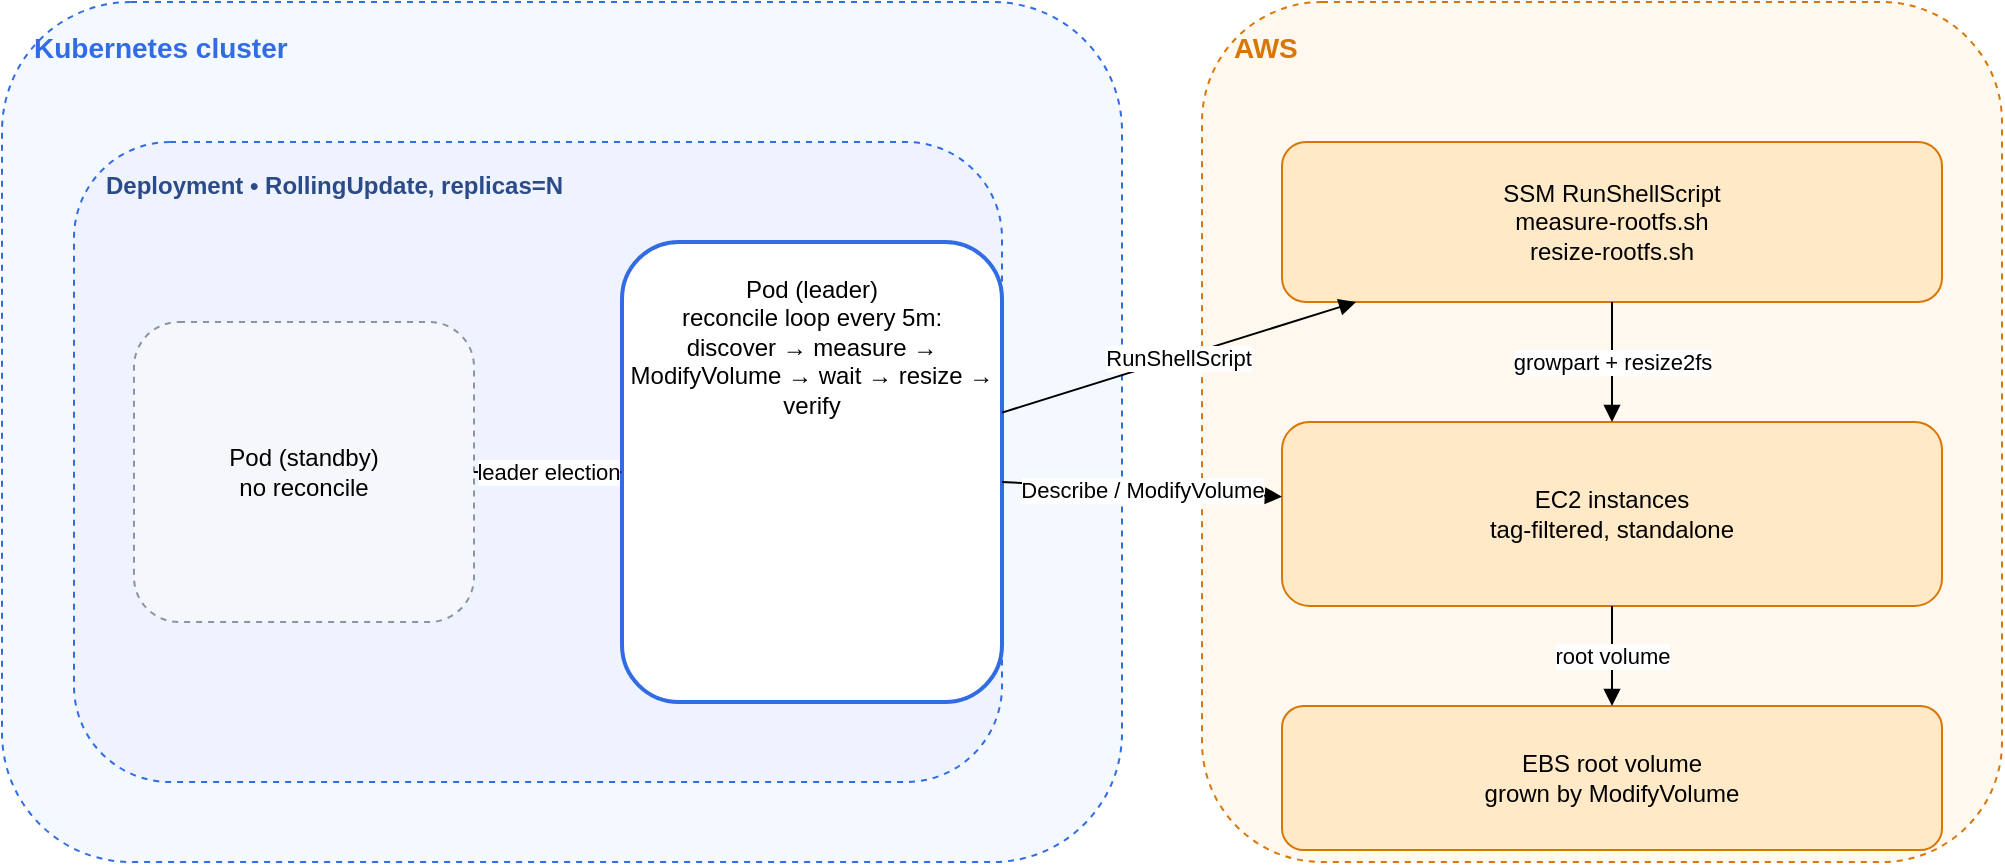
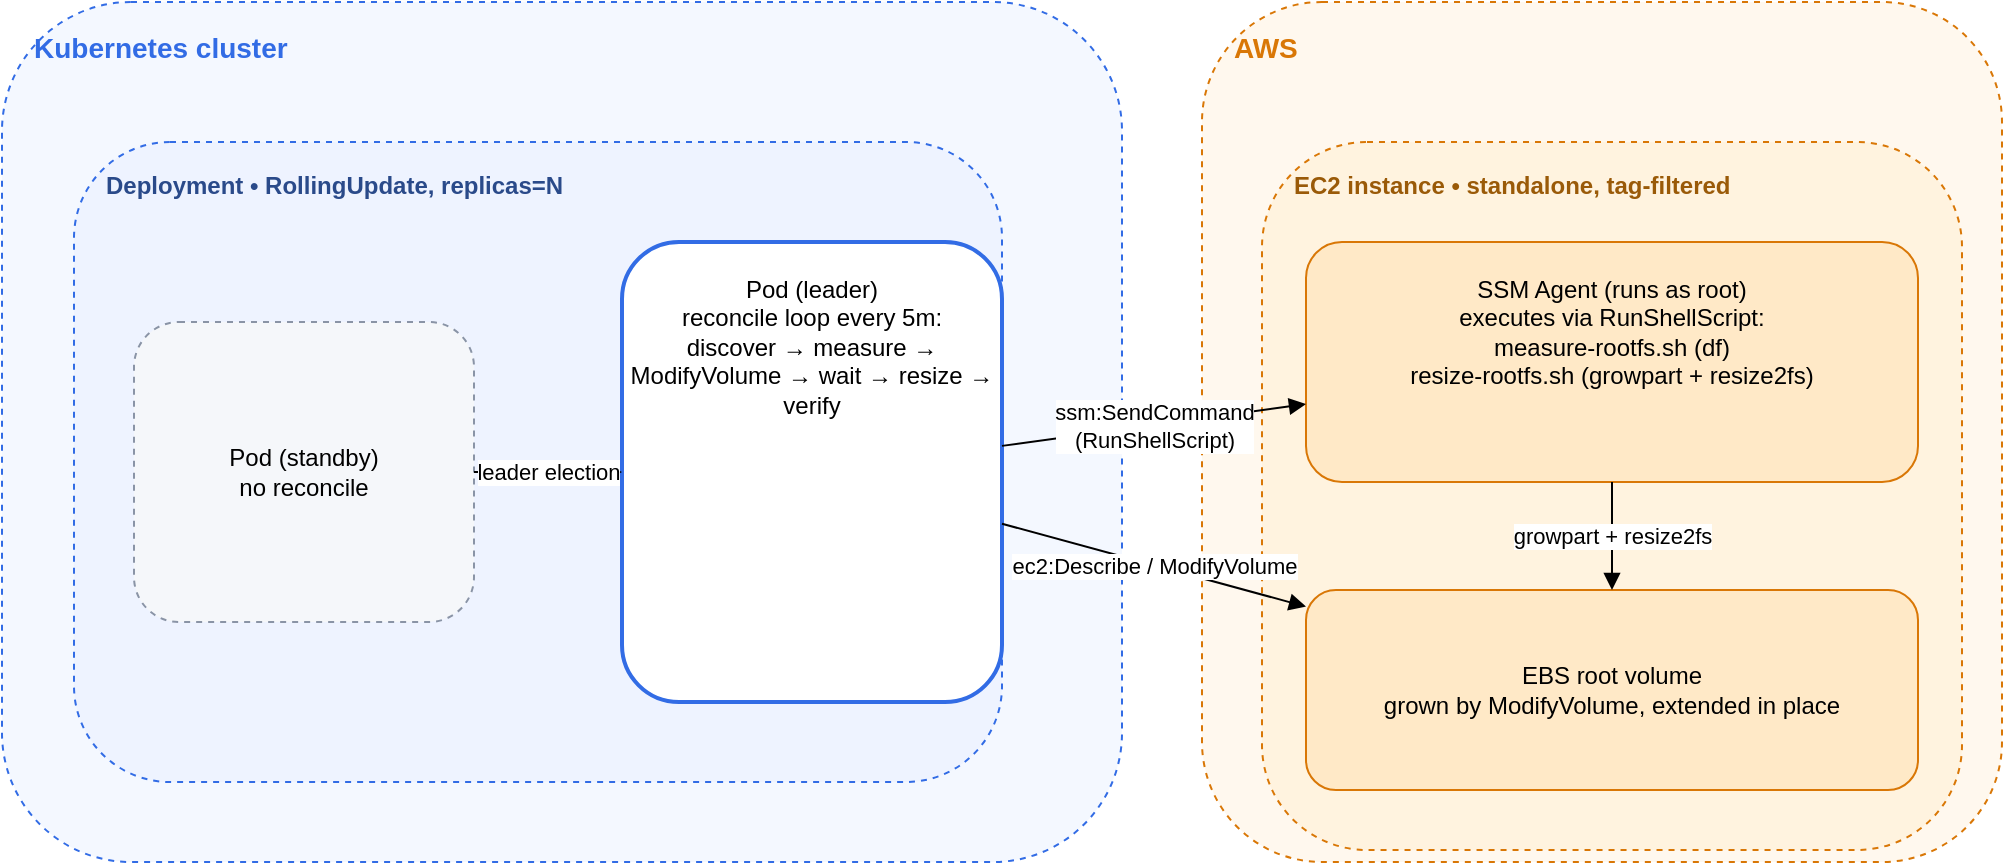
<mxfile host="app.diagrams.net" type="device">
  <diagram name="k8s-mechanism" id="ebs-autoresizer-k8s">
    <mxGraphModel dx="1040" dy="500" grid="1" gridSize="10" guides="1" tooltips="1" connect="1" arrows="1" fold="1" page="1" pageWidth="1040" pageHeight="500" math="0" shadow="0">
      <root>
        <mxCell id="0"/>
        <mxCell id="1" parent="0"/>

        <mxCell id="k8s" value="Kubernetes cluster" style="rounded=1;dashed=1;fillColor=#f4f8ff;strokeColor=#326ce5;verticalAlign=top;align=left;spacingLeft=14;spacingTop=8;fontStyle=1;fontSize=14;fontColor=#326ce5;" vertex="1" parent="1">
          <mxGeometry x="20" y="40" width="560" height="430" as="geometry"/>
        </mxCell>
        <mxCell id="aws" value="AWS" style="rounded=1;dashed=1;fillColor=#fff8ee;strokeColor=#d97706;verticalAlign=top;align=left;spacingLeft=14;spacingTop=8;fontStyle=1;fontSize=14;fontColor=#d97706;" vertex="1" parent="1">
          <mxGeometry x="620" y="40" width="400" height="430" as="geometry"/>
        </mxCell>

        <mxCell id="deploy" value="Deployment  •  RollingUpdate, replicas=N" style="rounded=1;dashed=1;whiteSpace=wrap;html=1;fillColor=#eef3ff;strokeColor=#326ce5;verticalAlign=top;align=left;spacingLeft=14;spacingTop=8;fontStyle=1;fontColor=#2a4a8a;" vertex="1" parent="1">
          <mxGeometry x="56" y="110" width="464" height="320" as="geometry"/>
        </mxCell>
        <mxCell id="leader" value="Pod (leader)&#10;reconcile loop every 5m:&#10;discover &#8594; measure &#8594; ModifyVolume &#8594; wait &#8594; resize &#8594; verify" style="rounded=1;whiteSpace=wrap;html=1;fillColor=#ffffff;strokeColor=#326ce5;strokeWidth=2;verticalAlign=top;spacingTop=10;" vertex="1" parent="1">
          <mxGeometry x="330" y="160" width="190" height="230" as="geometry"/>
        </mxCell>
        <mxCell id="standby" value="Pod (standby)&#10;no reconcile" style="rounded=1;whiteSpace=wrap;html=1;dashed=1;fillColor=#f5f7fa;strokeColor=#8a94a6;" vertex="1" parent="1">
          <mxGeometry x="86" y="200" width="170" height="150" as="geometry"/>
        </mxCell>

-         <mxCell id="ssm" value="SSM RunShellScript&#10;measure-rootfs.sh&#10;resize-rootfs.sh" style="rounded=1;whiteSpace=wrap;html=1;fillColor=#ffe9c7;strokeColor=#d97706;" vertex="1" parent="1">
-           <mxGeometry x="660" y="110" width="330" height="80" as="geometry"/>
+         <mxCell id="ec2" value="EC2 instance  •  standalone, tag-filtered" style="rounded=1;dashed=1;whiteSpace=wrap;html=1;fillColor=#fff3df;strokeColor=#d97706;verticalAlign=top;align=left;spacingLeft=14;spacingTop=8;fontStyle=1;fontColor=#9a5a08;" vertex="1" parent="1">
+           <mxGeometry x="650" y="110" width="350" height="354" as="geometry"/>
        </mxCell>
-         <mxCell id="ec2" value="EC2 instances&#10;tag-filtered, standalone" style="rounded=1;whiteSpace=wrap;html=1;fillColor=#ffe9c7;strokeColor=#d97706;" vertex="1" parent="1">
-           <mxGeometry x="660" y="250" width="330" height="92" as="geometry"/>
+         <mxCell id="ssm" value="SSM Agent (runs as root)&#10;executes via RunShellScript:&#10;measure-rootfs.sh  (df)&#10;resize-rootfs.sh  (growpart + resize2fs)" style="rounded=1;whiteSpace=wrap;html=1;fillColor=#ffe9c7;strokeColor=#d97706;verticalAlign=top;spacingTop=10;" vertex="1" parent="1">
+           <mxGeometry x="672" y="160" width="306" height="120" as="geometry"/>
        </mxCell>
-         <mxCell id="ebs" value="EBS root volume&#10;grown by ModifyVolume" style="rounded=1;whiteSpace=wrap;html=1;fillColor=#ffe9c7;strokeColor=#d97706;" vertex="1" parent="1">
-           <mxGeometry x="660" y="392" width="330" height="72" as="geometry"/>
+         <mxCell id="ebs" value="EBS root volume&#10;grown by ModifyVolume, extended in place" style="rounded=1;whiteSpace=wrap;html=1;fillColor=#ffe9c7;strokeColor=#d97706;" vertex="1" parent="1">
+           <mxGeometry x="672" y="334" width="306" height="100" as="geometry"/>
        </mxCell>

        <mxCell id="e1" value="leader election" style="endArrow=block;html=1;dashed=1;fontSize=11;" edge="1" parent="1" source="standby" target="leader"><mxGeometry relative="1" as="geometry"/></mxCell>
-         <mxCell id="e2" value="RunShellScript" style="endArrow=block;html=1;fontSize=11;" edge="1" parent="1" source="leader" target="ssm"><mxGeometry relative="1" as="geometry"/></mxCell>
-         <mxCell id="e3" value="Describe / ModifyVolume" style="endArrow=block;html=1;fontSize=11;" edge="1" parent="1" source="leader" target="ec2"><mxGeometry relative="1" as="geometry"/></mxCell>
-         <mxCell id="e4" value="growpart + resize2fs" style="endArrow=block;html=1;fontSize=11;" edge="1" parent="1" source="ssm" target="ec2"><mxGeometry relative="1" as="geometry"/></mxCell>
-         <mxCell id="e5" value="root volume" style="endArrow=block;html=1;fontSize=11;" edge="1" parent="1" source="ec2" target="ebs"><mxGeometry relative="1" as="geometry"/></mxCell>
+         <mxCell id="e2" value="ssm:SendCommand&#10;(RunShellScript)" style="endArrow=block;html=1;fontSize=11;" edge="1" parent="1" source="leader" target="ssm"><mxGeometry relative="1" as="geometry"/></mxCell>
+         <mxCell id="e3" value="ec2:Describe / ModifyVolume" style="endArrow=block;html=1;fontSize=11;" edge="1" parent="1" source="leader" target="ebs"><mxGeometry relative="1" as="geometry"/></mxCell>
+         <mxCell id="e4" value="growpart + resize2fs" style="endArrow=block;html=1;fontSize=11;" edge="1" parent="1" source="ssm" target="ebs"><mxGeometry relative="1" as="geometry"/></mxCell>
      </root>
    </mxGraphModel>
  </diagram>
</mxfile>
